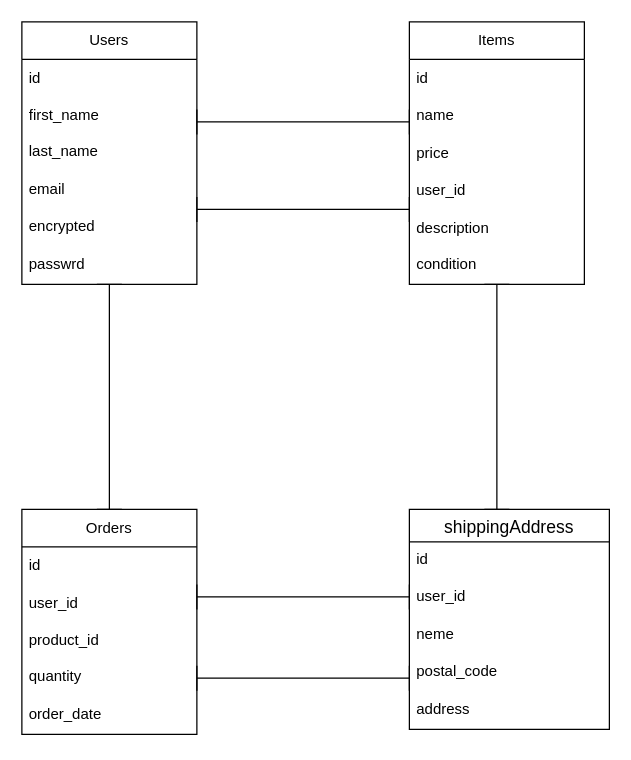
The draw.io diagram test.dio in yusukenemoto12345/furima39956_2, before the edit. Source tidied: cells renumbered, new cells numbered last; positions are measured from the earlier drawing's top-left corner, leaving out a move shared by most shapes. Both pictures are drawn from the tidied source at 125%, with x=0, y=0 at pixel (21, 21).
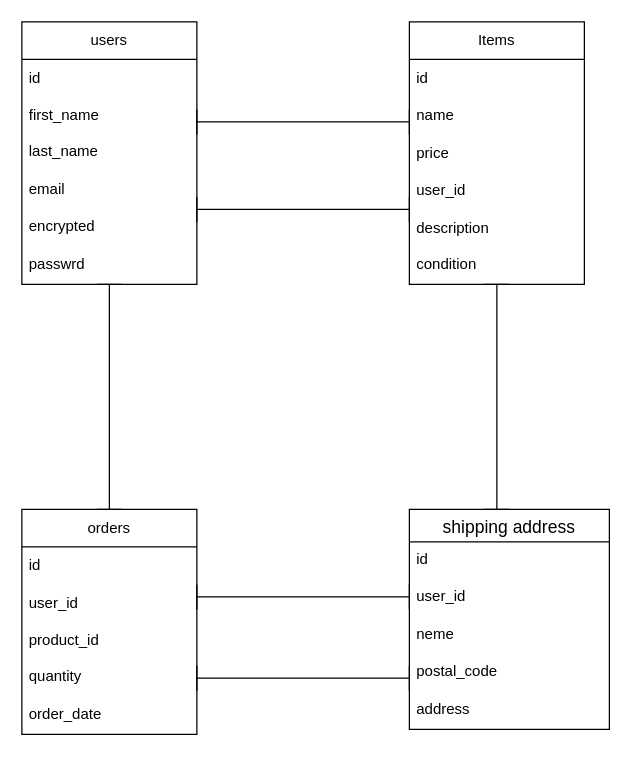
The same diagram, later.

Commit message:
READMEにデータベース設計

Change to the diagram source:
```diff
@@
-    <mxCell id="9" value="Users" style="swimlane;fontStyle=0;horizontal=1;startSize=30;whiteSpace=wrap;html=1;" parent="1" vertex="1">
+    <mxCell id="9" value="users" style="swimlane;fontStyle=0;horizontal=1;startSize=30;whiteSpace=wrap;html=1;" parent="1" vertex="1">
       <mxGeometry width="140" height="210" as="geometry" />
     </mxCell>
@@
-    <mxCell id="16" value="Orders" style="swimlane;fontStyle=0;horizontal=1;startSize=30;whiteSpace=wrap;html=1;" parent="1" vertex="1">
+    <mxCell id="16" value="orders" style="swimlane;fontStyle=0;horizontal=1;startSize=30;whiteSpace=wrap;html=1;" parent="1" vertex="1">
       <mxGeometry y="390" width="140" height="180" as="geometry" />
     </mxCell>
@@
-    <mxCell id="23" value="shippingAddress" style="swimlane;fontStyle=0;horizontal=1;startSize=26;align=center;fontSize=14;" parent="1" vertex="1">
+    <mxCell id="23" value="shipping address" style="swimlane;fontStyle=0;horizontal=1;startSize=26;align=center;fontSize=14;" parent="1" vertex="1">
       <mxGeometry x="310" y="390" width="160" height="176" as="geometry" />
     </mxCell>
```
